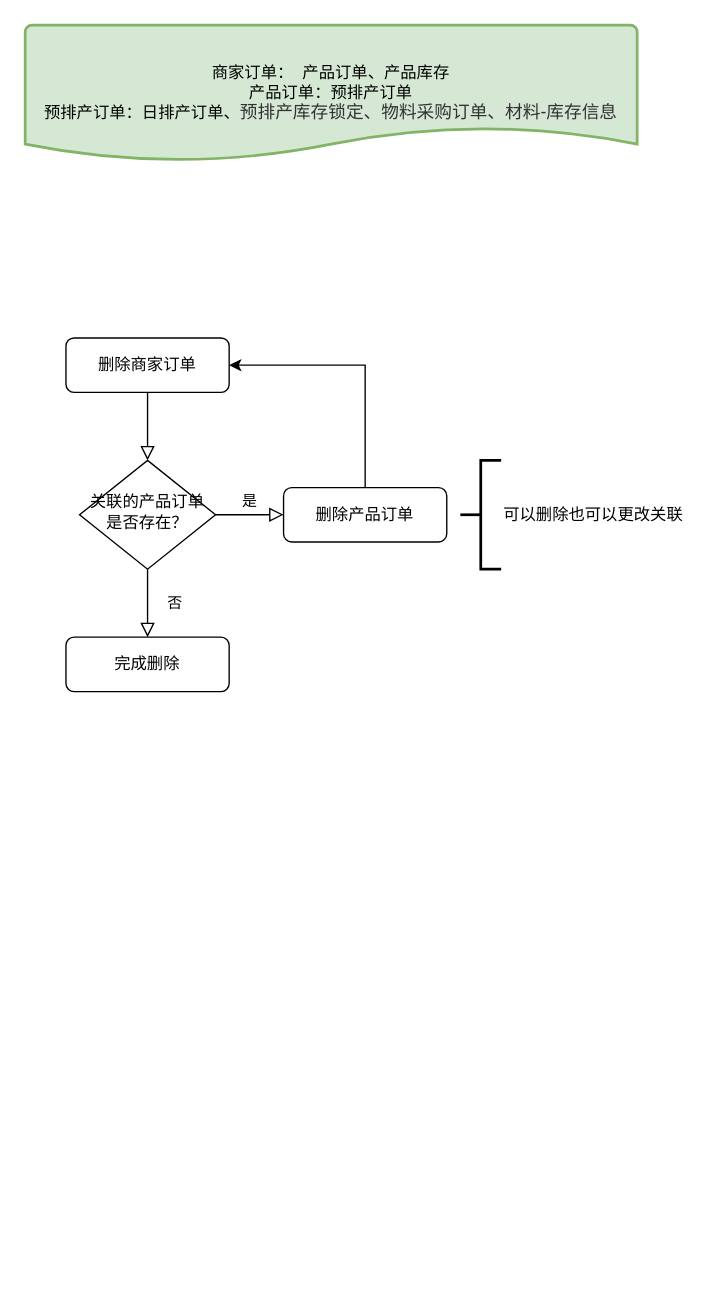
OldQi/first_rpo keeps this draw.io diagram as img/流程图.drawio. Above is the earlier version. Source tidied: cells renumbered, new cells numbered last; positions are measured from the earlier drawing's top-left corner, leaving out a move shared by most shapes. Both pictures are drawn from the tidied source at 136%, with x=0, y=0 at pixel (24, 24).
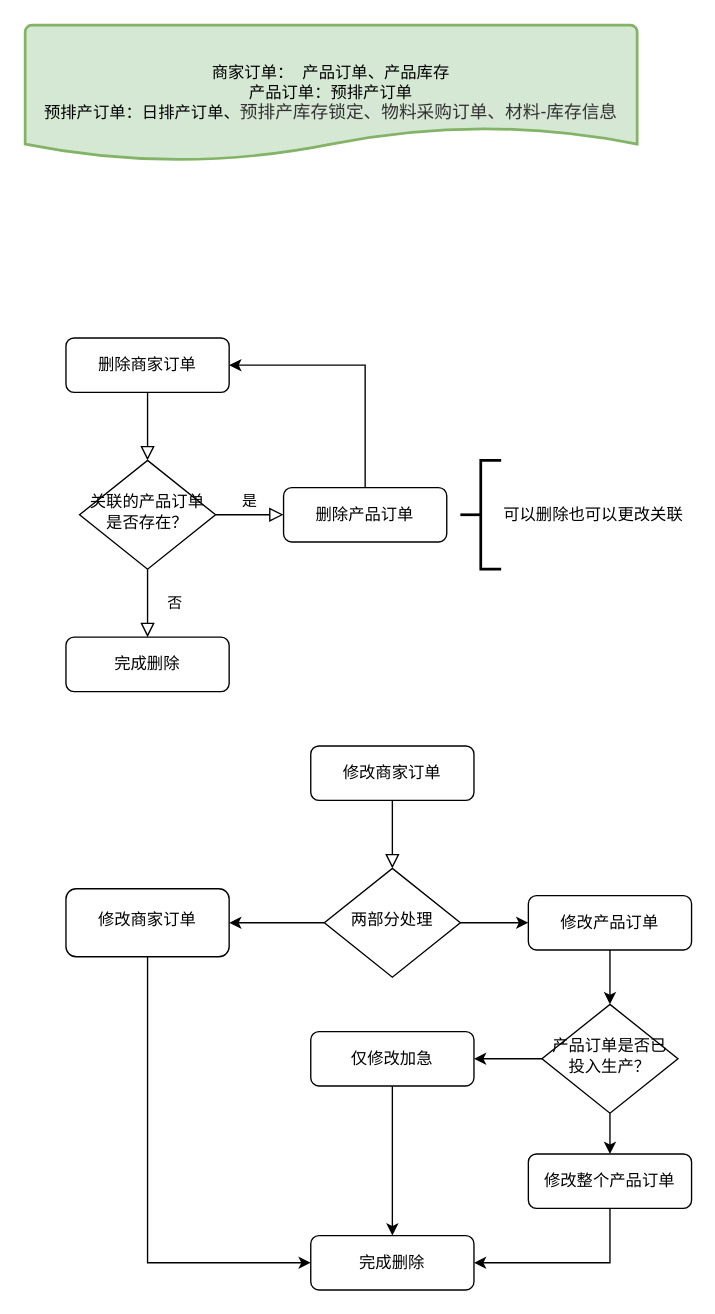
The same page after the edit.

Commit message:
更新流程图.drawio

Diff of the diagram source:
```diff
@@
+    <mxCell id="12" style="rounded=0;html=1;jettySize=auto;fontSize=11;endArrow=block;endFill=0;endSize=8;strokeWidth=1;shadow=0;labelBackgroundColor=none;edgeStyle=orthogonalEdgeStyle;" parent="1" edge="1" source="13" target="16">
+      <mxGeometry relative="1" as="geometry" />
+    </mxCell>
+    <mxCell id="13" value="修改商家订单" style="rounded=1;whiteSpace=wrap;html=1;fontSize=12;glass=0;strokeWidth=1;shadow=0;" parent="1" vertex="1">
+      <mxGeometry x="210" y="530" width="120" height="40" as="geometry" />
+    </mxCell>
+    <mxCell id="14" style="edgeStyle=orthogonalEdgeStyle;rounded=0;jettySize=auto;html=1;" parent="1" edge="1" source="16" target="21">
+      <mxGeometry relative="1" as="geometry" />
+    </mxCell>
+    <mxCell id="15" style="edgeStyle=orthogonalEdgeStyle;rounded=0;jettySize=auto;html=1;" parent="1" edge="1" source="16" target="18">
+      <mxGeometry relative="1" as="geometry" />
+    </mxCell>
+    <mxCell id="16" value="两部分处理" style="rhombus;whiteSpace=wrap;html=1;shadow=0;fontFamily=Helvetica;fontSize=12;align=center;strokeWidth=1;spacing=6;spacingTop=-4;" parent="1" vertex="1">
+      <mxGeometry x="220" y="620" width="100" height="80" as="geometry" />
+    </mxCell>
+    <mxCell id="17" style="edgeStyle=orthogonalEdgeStyle;rounded=0;jettySize=auto;html=1;entryX=0.5;entryY=0;entryDx=0;entryDy=0;" parent="1" edge="1" source="18" target="24">
+      <mxGeometry relative="1" as="geometry" />
+    </mxCell>
+    <mxCell id="18" value="修改产品订单" style="rounded=1;whiteSpace=wrap;html=1;fontSize=12;glass=0;strokeWidth=1;shadow=0;" parent="1" vertex="1">
+      <mxGeometry x="370" y="640" width="120" height="40" as="geometry" />
+    </mxCell>
+    <mxCell id="19" value="完成删除" style="rounded=1;whiteSpace=wrap;html=1;fontSize=12;glass=0;strokeWidth=1;shadow=0;" parent="1" vertex="1">
+      <mxGeometry x="210" y="890" width="120" height="40" as="geometry" />
+    </mxCell>
+    <mxCell id="20" style="edgeStyle=orthogonalEdgeStyle;rounded=0;jettySize=auto;html=1;entryX=0;entryY=0.5;entryDx=0;entryDy=0;" parent="1" edge="1" source="21" target="19">
+      <mxGeometry relative="1" as="geometry">
+        <Array as="points">
+          <mxPoint x="90" y="910" />
+        </Array>
+      </mxGeometry>
+    </mxCell>
+    <mxCell id="21" value="修改商家订单" style="rounded=1;whiteSpace=wrap;html=1;shadow=0;strokeWidth=1;spacing=6;spacingTop=-4;" parent="1" vertex="1">
+      <mxGeometry x="30" y="635" width="120" height="50" as="geometry" />
+    </mxCell>
+    <mxCell id="22" style="edgeStyle=orthogonalEdgeStyle;rounded=0;jettySize=auto;html=1;" parent="1" edge="1" source="24" target="26">
+      <mxGeometry relative="1" as="geometry" />
+    </mxCell>
+    <mxCell id="23" style="edgeStyle=orthogonalEdgeStyle;rounded=0;jettySize=auto;html=1;" parent="1" edge="1" source="24" target="28">
+      <mxGeometry relative="1" as="geometry" />
+    </mxCell>
+    <mxCell id="24" value="产品订单是否已投入生产？" style="rhombus;whiteSpace=wrap;html=1;shadow=0;fontFamily=Helvetica;fontSize=12;align=center;strokeWidth=1;spacing=6;spacingTop=-4;" parent="1" vertex="1">
+      <mxGeometry x="380" y="720" width="100" height="80" as="geometry" />
+    </mxCell>
+    <mxCell id="25" style="edgeStyle=orthogonalEdgeStyle;rounded=0;jettySize=auto;html=1;" parent="1" edge="1" source="26" target="19">
+      <mxGeometry relative="1" as="geometry" />
+    </mxCell>
+    <mxCell id="26" value="仅修改加急" style="rounded=1;whiteSpace=wrap;html=1;fontSize=12;glass=0;strokeWidth=1;shadow=0;" parent="1" vertex="1">
+      <mxGeometry x="210" y="740" width="120" height="40" as="geometry" />
+    </mxCell>
+    <mxCell id="27" style="edgeStyle=orthogonalEdgeStyle;rounded=0;jettySize=auto;html=1;exitX=0.5;exitY=1;exitDx=0;exitDy=0;entryX=1;entryY=0.5;entryDx=0;entryDy=0;" parent="1" edge="1" source="28" target="19">
+      <mxGeometry relative="1" as="geometry" />
+    </mxCell>
+    <mxCell id="28" value="修改整个产品订单" style="rounded=1;whiteSpace=wrap;html=1;fontSize=12;glass=0;strokeWidth=1;shadow=0;" parent="1" vertex="1">
+      <mxGeometry x="370" y="830" width="120" height="40" as="geometry" />
+    </mxCell>
```
